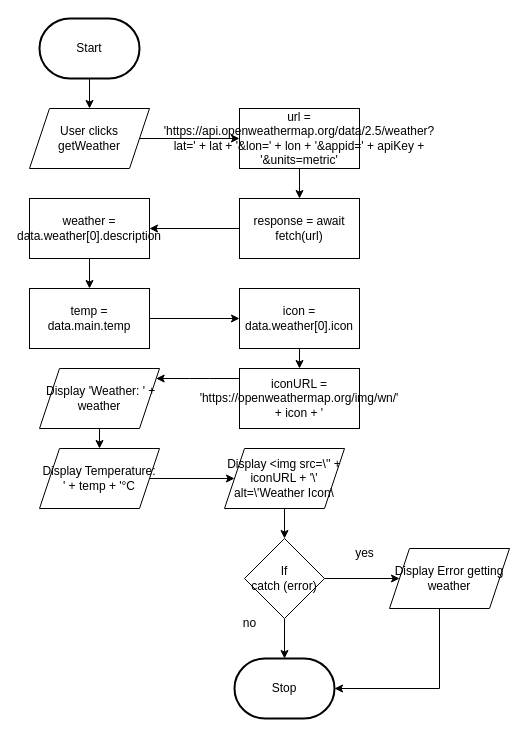
MTHS-ICD2O-1-2024/ICD2O-Unit-6-03-Devin-boucher keeps this draw.io diagram as design/flowchart.drawio. Above is the earlier version. Source tidied: cells renumbered, new cells numbered last; positions are measured from the earlier drawing's top-left corner, leaving out a move shared by most shapes. Both pictures are drawn from the tidied source at 100%, with x=0, y=0 at pixel (29, 18).
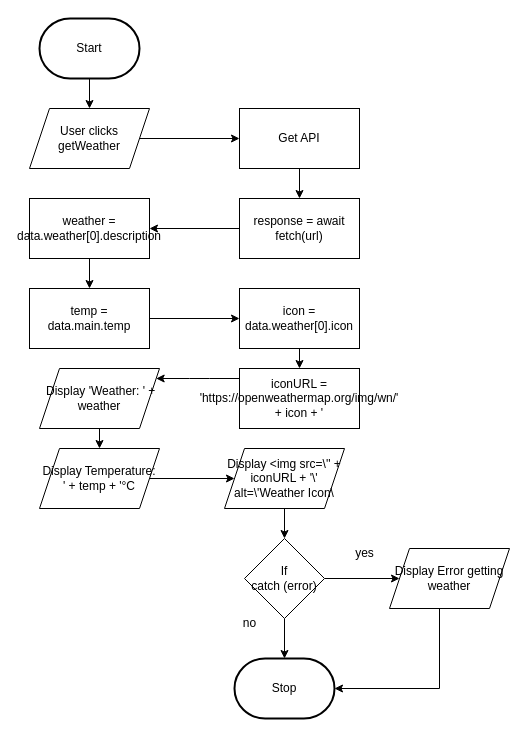
The same page after the edit.

The edit, as a diff of the source:
```diff
@@
-    <mxCell id="8" value="url = 'https://api.openweathermap.org/data/2.5/weather?lat=' + lat + '&amp;amp;lon=' + lon + '&amp;amp;appid=' + apiKey + '&amp;amp;units=metric'" style="whiteSpace=wrap;html=1;" parent="1" vertex="1">
+    <mxCell id="8" value="Get API" style="whiteSpace=wrap;html=1;" parent="1" vertex="1">
       <mxGeometry x="210" y="90" width="120" height="60" as="geometry" />
     </mxCell>
```
